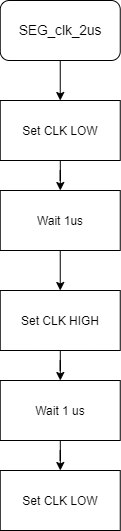
This is Labs/05-segment/Untitled Diagram.drawio.png from UTAN25/Digital-electronics-2, a draw.io export, as it was before one commit. Source tidied: cells renumbered, new cells last; positions are measured from the earlier drawing's top-left corner, leaving out a move shared by most shapes.
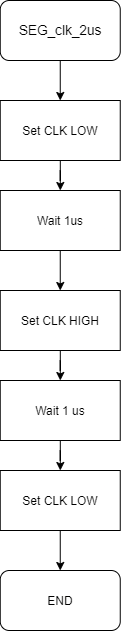
The same diagram one commit later.

The edit, as a diff of the source:
```diff
@@ -32,8 +32,14 @@
     <mxCell id="11" value="Wait 1 us" style="whiteSpace=wrap;html=1;" parent="1" vertex="1">
       <mxGeometry x="-0.2" y="380" width="120" height="60" as="geometry" />
     </mxCell>
+    <mxCell id="13" style="edgeStyle=orthogonalEdgeStyle;rounded=0;jettySize=auto;html=1;" parent="1" edge="1" source="12" target="14">
+      <mxGeometry relative="1" as="geometry" />
+    </mxCell>
     <mxCell id="12" value="Set CLK LOW" style="whiteSpace=wrap;html=1;" parent="1" vertex="1">
       <mxGeometry x="-0.2" y="470" width="120" height="60" as="geometry" />
     </mxCell>
+    <mxCell id="14" value="END" style="rounded=1;whiteSpace=wrap;html=1;" parent="1" vertex="1">
+      <mxGeometry x="-0.2" y="570" width="120" height="60" as="geometry" />
+    </mxCell>
   </root>
 </mxGraphModel>
```
